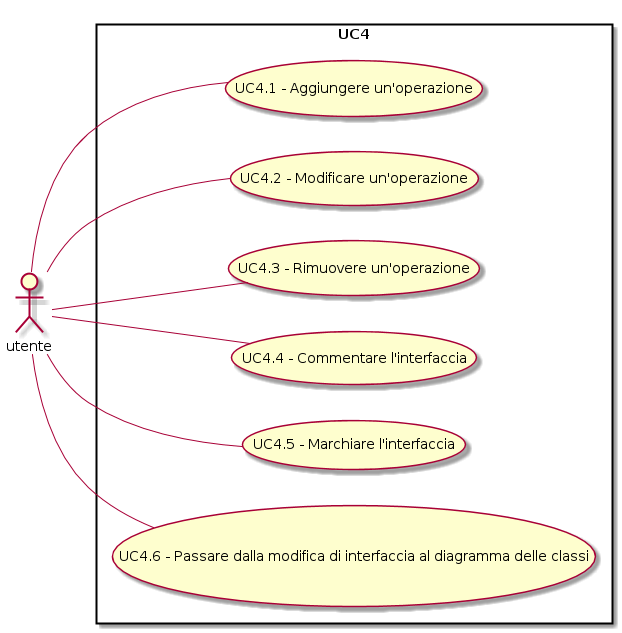
KaleidosCodeTeam/SWEDesigner keeps this PlantUML diagram as Documentazione/RevisioneProgettazione/Esterni/AnalisiDeiRequisiti/Figures/UC4.png. Above is the earlier version. Source of this version:
```plantuml
@startuml
left to right direction
skinparam packageStyle rectangle
actor utente
rectangle UC4 {
utente -- (UC4.1 - Aggiungere un'operazione)
utente -- (UC4.2 - Modificare un'operazione)
utente -- (UC4.3 - Rimuovere un'operazione)
utente -- (UC4.4 - Commentare l'interfaccia)
utente -- (UC4.5 - Marchiare l'interfaccia)
utente -- (UC4.6 - Passare dalla modifica di interfaccia al diagramma delle classi)
}
@enduml
```
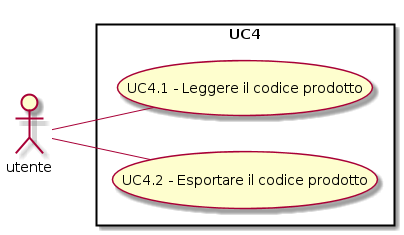
The same diagram one commit later.

Diff of the diagram source:
```diff
@@ -3,11 +3,7 @@
 skinparam packageStyle rectangle
 actor utente
 rectangle UC4 {
-utente -- (UC4.1 - Aggiungere un'operazione)
-utente -- (UC4.2 - Modificare un'operazione)
-utente -- (UC4.3 - Rimuovere un'operazione)
-utente -- (UC4.4 - Commentare l'interfaccia)
-utente -- (UC4.5 - Marchiare l'interfaccia)
-utente -- (UC4.6 - Passare dalla modifica di interfaccia al diagramma delle classi)
+utente -- (UC4.1 - Leggere il codice prodotto)
+utente -- (UC4.2 - Esportare il codice prodotto)
 }
 @enduml
```
